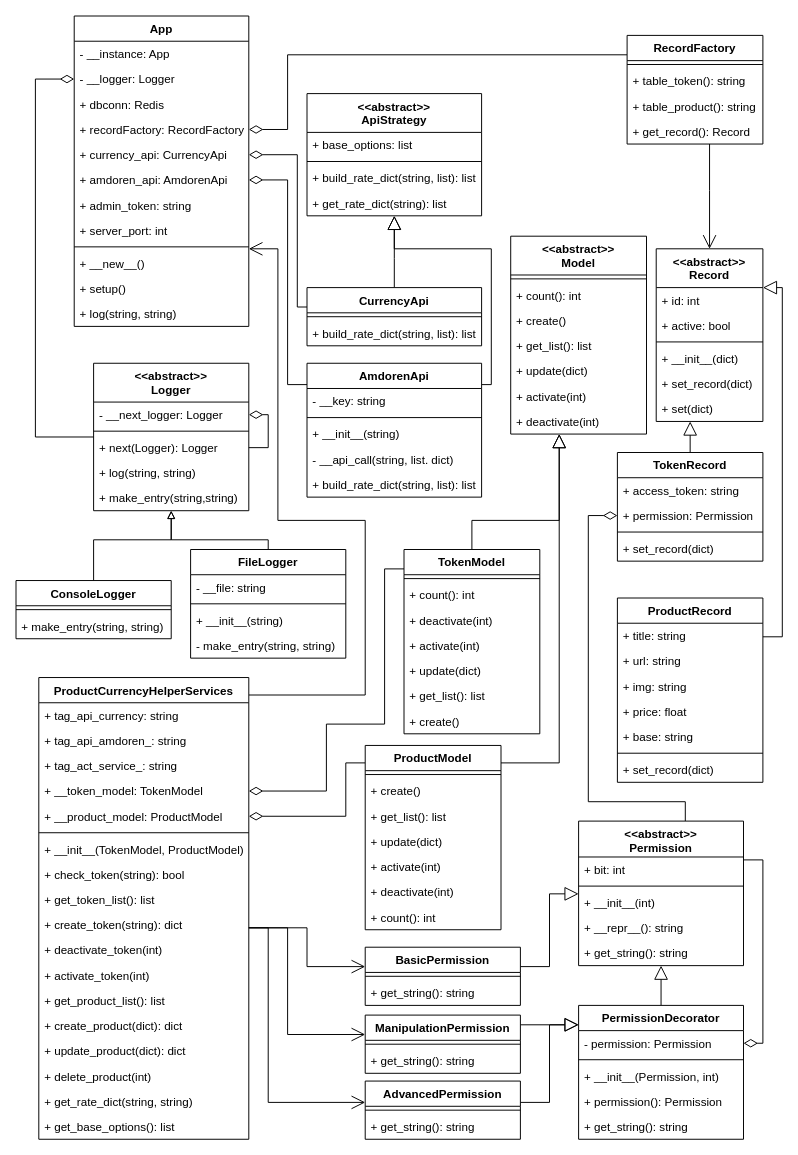
This is $diagrams/classDiagram.drawio from jinyaoMa/product-currency-helper, a draw.io file, before an edit. Source tidied: cells renumbered, new cells numbered last; positions are measured from the earlier drawing's top-left corner, leaving out a move shared by most shapes. Both pictures are drawn from the tidied source at 97%, with x=0, y=0 at pixel (16, 16).
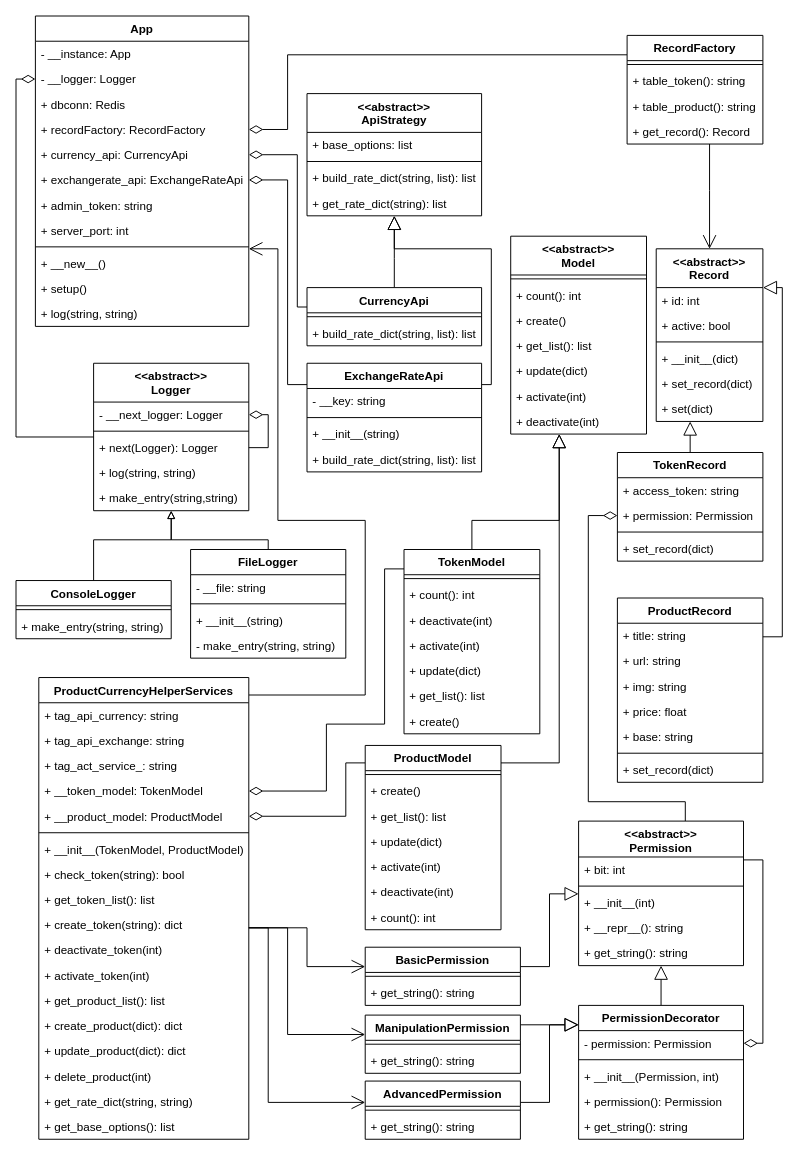
The same page after the edit.

Unchanged cells that the change refers to:
```xml
<mxCell id="16" value="&lt;&lt;abstract&gt;&gt;&#10;Logger" style="swimlane;fontStyle=1;align=center;verticalAlign=top;horizontal=1;startSize=40;" parent="1" vertex="1">
  <mxGeometry x="80" y="358" width="160" height="152" as="geometry" />
</mxCell>
<mxCell id="111" value="ProductCurrencyHelperServices" style="swimlane;fontStyle=1;align=center;verticalAlign=top;horizontal=1;startSize=26;" parent="1" vertex="1">
  <mxGeometry x="23.5" y="682" width="216.5" height="476" as="geometry" />
</mxCell>
```

The edit, as a diff of the source:
```diff
@@
     <mxCell id="2" value="App" style="swimlane;fontStyle=1;align=center;verticalAlign=top;horizontal=1;startSize=26;" parent="1" vertex="1">
-      <mxGeometry x="60" width="180" height="320" as="geometry" />
+      <mxGeometry x="20" width="220" height="320" as="geometry" />
     </mxCell>
     <mxCell id="3" value="- __instance: App" style="text;strokeColor=none;fillColor=none;align=left;verticalAlign=top;spacingLeft=4;spacingRight=4;overflow=hidden;" parent="2" vertex="1">
-      <mxGeometry y="26" width="180" height="26" as="geometry" />
+      <mxGeometry y="26" width="220" height="26" as="geometry" />
     </mxCell>
     <mxCell id="4" value="- __logger: Logger" style="text;strokeColor=none;fillColor=none;align=left;verticalAlign=top;spacingLeft=4;spacingRight=4;overflow=hidden;points=[[0,0.5],[1,0.5]];portConstraint=eastwest;" parent="2" vertex="1">
-      <mxGeometry y="52" width="180" height="26" as="geometry" />
+      <mxGeometry y="52" width="220" height="26" as="geometry" />
     </mxCell>
     <mxCell id="5" value="+ dbconn: Redis" style="text;strokeColor=none;fillColor=none;align=left;verticalAlign=top;spacingLeft=4;spacingRight=4;overflow=hidden;" parent="2" vertex="1">
-      <mxGeometry y="78" width="180" height="26" as="geometry" />
+      <mxGeometry y="78" width="220" height="26" as="geometry" />
     </mxCell>
     <mxCell id="6" value="+ recordFactory: RecordFactory" style="text;strokeColor=none;fillColor=none;align=left;verticalAlign=top;spacingLeft=4;spacingRight=4;overflow=hidden;points=[[0,0.5],[1,0.5]];portConstraint=eastwest;" parent="2" vertex="1">
-      <mxGeometry y="104" width="180" height="26" as="geometry" />
+      <mxGeometry y="104" width="220" height="26" as="geometry" />
     </mxCell>
     <mxCell id="7" value="+ currency_api: CurrencyApi" style="text;strokeColor=none;fillColor=none;align=left;verticalAlign=top;spacingLeft=4;spacingRight=4;overflow=hidden;points=[[0,0.5],[1,0.5]];portConstraint=eastwest;" parent="2" vertex="1">
-      <mxGeometry y="130" width="180" height="26" as="geometry" />
+      <mxGeometry y="130" width="220" height="26" as="geometry" />
     </mxCell>
-    <mxCell id="8" value="+ amdoren_api: AmdorenApi" style="text;strokeColor=none;fillColor=none;align=left;verticalAlign=top;spacingLeft=4;spacingRight=4;overflow=hidden;points=[[0,0.5],[1,0.5]];portConstraint=eastwest;" parent="2" vertex="1">
-      <mxGeometry y="156" width="180" height="26" as="geometry" />
+    <mxCell id="8" value="+ exchangerate_api: ExchangeRateApi" style="text;strokeColor=none;fillColor=none;align=left;verticalAlign=top;spacingLeft=4;spacingRight=4;overflow=hidden;points=[[0,0.5],[1,0.5]];portConstraint=eastwest;" parent="2" vertex="1">
+      <mxGeometry y="156" width="220" height="26" as="geometry" />
     </mxCell>
     <mxCell id="9" value="+ admin_token: string" style="text;strokeColor=none;fillColor=none;align=left;verticalAlign=top;spacingLeft=4;spacingRight=4;overflow=hidden;" parent="2" vertex="1">
-      <mxGeometry y="182" width="180" height="26" as="geometry" />
+      <mxGeometry y="182" width="220" height="26" as="geometry" />
     </mxCell>
     <mxCell id="10" value="+ server_port: int" style="text;strokeColor=none;fillColor=none;align=left;verticalAlign=top;spacingLeft=4;spacingRight=4;overflow=hidden;" parent="2" vertex="1">
-      <mxGeometry y="208" width="180" height="26" as="geometry" />
+      <mxGeometry y="208" width="220" height="26" as="geometry" />
     </mxCell>
     <mxCell id="11" style="line;strokeWidth=1;fillColor=none;align=left;verticalAlign=middle;spacingTop=-1;spacingLeft=3;spacingRight=3;labelPosition=right;" parent="2" vertex="1">
-      <mxGeometry y="234" width="180" height="8" as="geometry" />
+      <mxGeometry y="234" width="220" height="8" as="geometry" />
     </mxCell>
     <mxCell id="12" value="+ __new__()" style="text;strokeColor=none;fillColor=none;align=left;verticalAlign=top;spacingLeft=4;spacingRight=4;overflow=hidden;" parent="2" vertex="1">
-      <mxGeometry y="242" width="180" height="26" as="geometry" />
+      <mxGeometry y="242" width="220" height="26" as="geometry" />
     </mxCell>
     <mxCell id="13" value="+ setup()" style="text;strokeColor=none;fillColor=none;align=left;verticalAlign=top;spacingLeft=4;spacingRight=4;overflow=hidden;" parent="2" vertex="1">
-      <mxGeometry y="268" width="180" height="26" as="geometry" />
+      <mxGeometry y="268" width="220" height="26" as="geometry" />
     </mxCell>
     <mxCell id="14" value="+ log(string, string)" style="text;strokeColor=none;fillColor=none;align=left;verticalAlign=top;spacingLeft=4;spacingRight=4;overflow=hidden;" parent="2" vertex="1">
-      <mxGeometry y="294" width="180" height="26" as="geometry" />
+      <mxGeometry y="294" width="220" height="26" as="geometry" />
     </mxCell>
     <mxCell id="15" style="rounded=0;html=1;endArrow=diamondThin;endFill=0;endSize=12;entryX=0;entryY=0.5;entryDx=0;entryDy=0;edgeStyle=orthogonalEdgeStyle;" parent="1" edge="1" source="16" target="4">
       <mxGeometry relative="1" as="geometry">
         <Array as="points">
-          <mxPoint x="20" y="65" />
+          <mxPoint y="434" />
+          <mxPoint y="65" />
         </Array>
       </mxGeometry>
     </mxCell>
@@
-    <mxCell id="72" value="AmdorenApi" style="swimlane;fontStyle=1;align=center;verticalAlign=top;horizontal=1;startSize=26;" parent="1" vertex="1">
-      <mxGeometry x="300" y="358" width="180" height="138" as="geometry" />
+    <mxCell id="72" value="ExchangeRateApi" style="swimlane;fontStyle=1;align=center;verticalAlign=top;horizontal=1;startSize=26;" parent="1" vertex="1">
+      <mxGeometry x="300" y="358" width="180" height="112" as="geometry" />
     </mxCell>
@@
-    <mxCell id="76" value="- __api_call(string, list. dict)" style="text;strokeColor=none;fillColor=none;align=left;verticalAlign=top;spacingLeft=4;spacingRight=4;overflow=hidden;" parent="72" vertex="1">
-      <mxGeometry y="86" width="180" height="26" as="geometry" />
-    </mxCell>
     <mxCell id="77" value="+ build_rate_dict(string, list): list" style="text;strokeColor=none;fillColor=none;align=left;verticalAlign=top;spacingLeft=4;spacingRight=4;overflow=hidden;" parent="72" vertex="1">
-      <mxGeometry y="112" width="180" height="26" as="geometry" />
+      <mxGeometry y="86" width="180" height="26" as="geometry" />
     </mxCell>
@@
-    <mxCell id="113" value="+ tag_api_amdoren_: string" style="text;strokeColor=none;fillColor=none;align=left;verticalAlign=top;spacingLeft=4;spacingRight=4;overflow=hidden;" parent="111" vertex="1">
+    <mxCell id="113" value="+ tag_api_exchange: string" style="text;strokeColor=none;fillColor=none;align=left;verticalAlign=top;spacingLeft=4;spacingRight=4;overflow=hidden;" parent="111" vertex="1">
       <mxGeometry y="52" width="216.5" height="26" as="geometry" />
     </mxCell>
```
